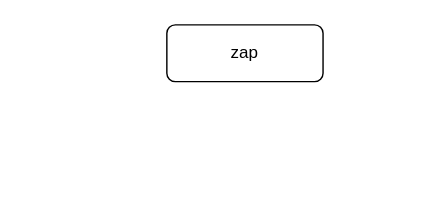
Before: zap.drawio in zhangfuli/draw.io, a draw.io diagram. Source tidied: cells renumbered, new cells numbered last; positions are measured from the earlier drawing's top-left corner, leaving out a move shared by most shapes. Both pictures are drawn from the tidied source at 142%, with x=0, y=0 at pixel (166, 24).
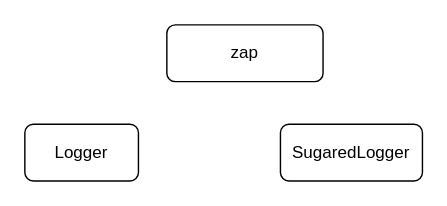
After the change.

Diff of the diagram source:
```diff
@@
 <mxGraphModel>
   <root>
     <mxCell id="0" />
     <mxCell id="1" parent="0" />
     <mxCell id="2" value="zap" style="rounded=1;whiteSpace=wrap;html=1;" parent="1" vertex="1">
       <mxGeometry width="110" height="40" as="geometry" />
     </mxCell>
+    <mxCell id="3" value="Logger" style="rounded=1;whiteSpace=wrap;html=1;" parent="1" vertex="1">
+      <mxGeometry x="-100" y="70" width="80" height="40" as="geometry" />
+    </mxCell>
+    <mxCell id="4" value="SugaredLogger" style="rounded=1;whiteSpace=wrap;html=1;" parent="1" vertex="1">
+      <mxGeometry x="80" y="70" width="100" height="40" as="geometry" />
+    </mxCell>
   </root>
 </mxGraphModel>
```
